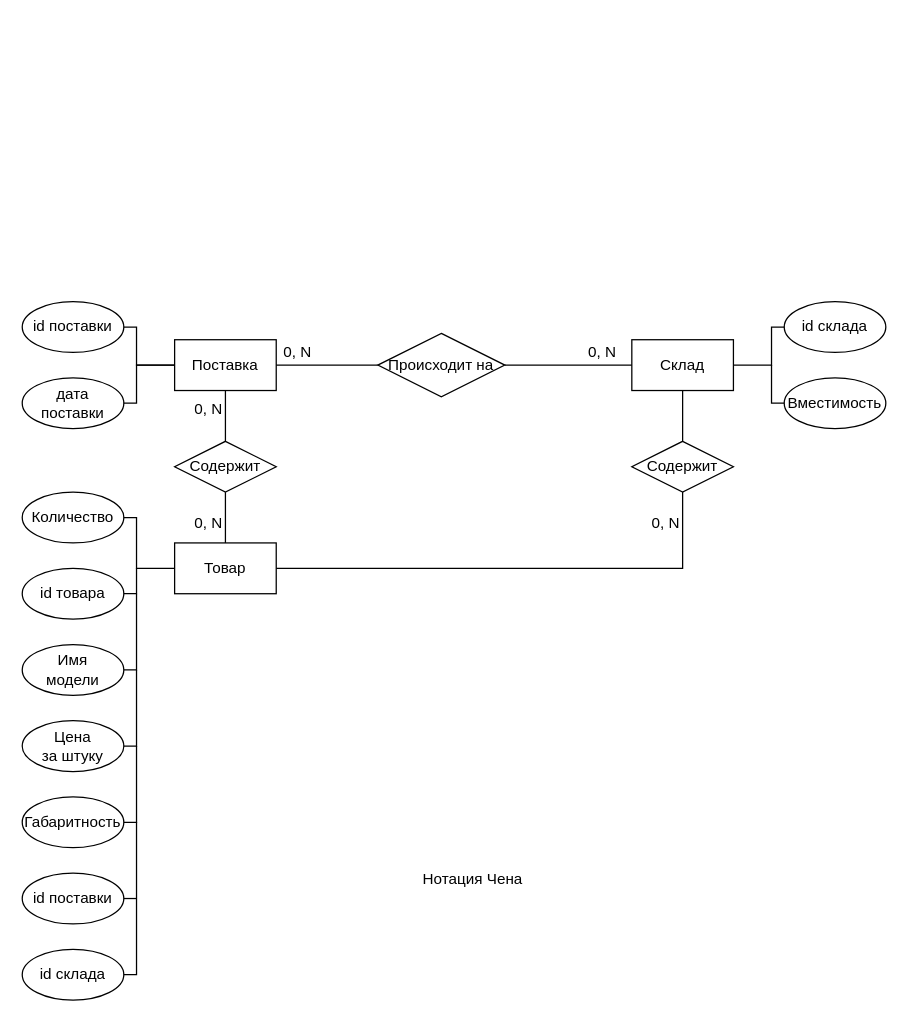
Before: КМПО V2.0.drawio in marsek4/ssp, a draw.io diagram. Source tidied: cells renumbered, new cells numbered last; positions are measured from the earlier drawing's top-left corner, leaving out a move shared by most shapes. Both pictures are drawn from the tidied source at 127%, with x=0, y=0 at pixel (22, 301).
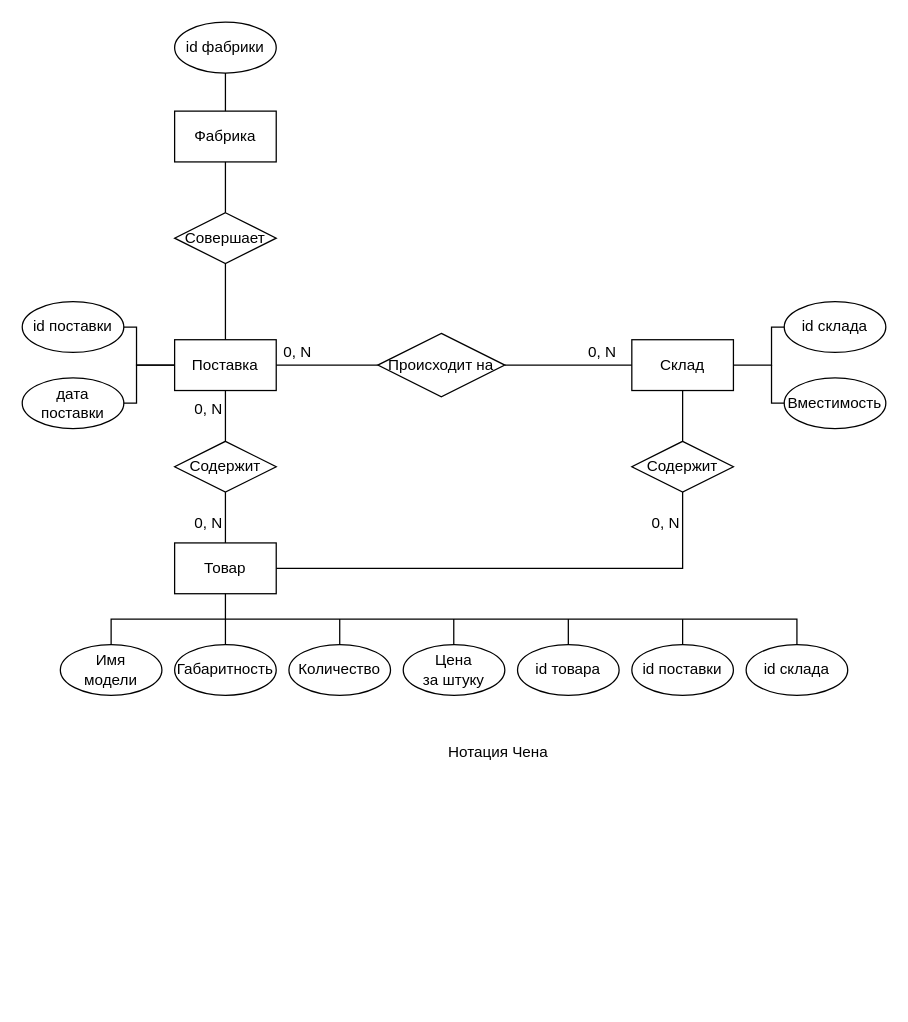
The same page after the edit.

The change refers to these unchanged cells:
```xml
<mxCell id="2" value="Поставка" style="rounded=0;whiteSpace=wrap;html=1;" parent="1" vertex="1">
  <mxGeometry x="120" y="30" width="80" height="40" as="geometry" />
</mxCell>
<mxCell id="6" value="Товар" style="rounded=0;whiteSpace=wrap;html=1;" parent="1" vertex="1">
  <mxGeometry x="120" y="190" width="80" height="40" as="geometry" />
</mxCell>
```

What changed in the source:
```diff
@@
-    <mxCell id="11" value="id товара" style="ellipse;whiteSpace=wrap;html=1;" parent="1" vertex="1">
-      <mxGeometry y="210" width="80" height="40" as="geometry" />
+    <mxCell id="11" value="Габаритность" style="ellipse;whiteSpace=wrap;html=1;" parent="1" vertex="1">
+      <mxGeometry x="120" y="270" width="80" height="40" as="geometry" />
     </mxCell>
     <mxCell id="12" value="Имя&lt;br&gt;модели" style="ellipse;whiteSpace=wrap;html=1;" parent="1" vertex="1">
-      <mxGeometry y="270" width="80" height="40" as="geometry" />
+      <mxGeometry x="30" y="270" width="80" height="40" as="geometry" />
     </mxCell>
     <mxCell id="13" value="Цена&lt;br&gt;за штуку" style="ellipse;whiteSpace=wrap;html=1;" parent="1" vertex="1">
-      <mxGeometry y="330" width="80" height="40" as="geometry" />
+      <mxGeometry x="300" y="270" width="80" height="40" as="geometry" />
     </mxCell>
     <mxCell id="14" value="Количество" style="ellipse;whiteSpace=wrap;html=1;" parent="1" vertex="1">
-      <mxGeometry y="150" width="80" height="40" as="geometry" />
+      <mxGeometry x="210" y="270" width="80" height="40" as="geometry" />
     </mxCell>
-    <mxCell id="15" style="endArrow=none;html=1;rounded=0;exitX=1;exitY=0.5;exitDx=0;exitDy=0;entryX=0;entryY=0.5;entryDx=0;entryDy=0;" parent="1" edge="1" source="14" target="6">
-      <mxGeometry relative="1" as="geometry">
-        <Array as="points">
-          <mxPoint x="90" y="170" />
-          <mxPoint x="90" y="210" />
-        </Array>
-      </mxGeometry>
-    </mxCell>
-    <mxCell id="16" style="endArrow=none;html=1;rounded=0;exitX=1;exitY=0.5;exitDx=0;exitDy=0;" parent="1" edge="1" source="11">
-      <mxGeometry relative="1" as="geometry">
-        <mxPoint x="90" y="210" as="targetPoint" />
-        <Array as="points">
-          <mxPoint x="90" y="230" />
-        </Array>
-      </mxGeometry>
-    </mxCell>
-    <mxCell id="17" style="endArrow=none;html=1;rounded=0;exitX=1;exitY=0.5;exitDx=0;exitDy=0;" parent="1" edge="1" source="12">
-      <mxGeometry relative="1" as="geometry">
-        <mxPoint x="90" y="230" as="targetPoint" />
-        <Array as="points">
-          <mxPoint x="90" y="290" />
-        </Array>
-      </mxGeometry>
-    </mxCell>
-    <mxCell id="18" style="endArrow=none;html=1;rounded=0;exitX=1;exitY=0.5;exitDx=0;exitDy=0;" parent="1" edge="1" source="13">
-      <mxGeometry relative="1" as="geometry">
-        <mxPoint x="90" y="290" as="targetPoint" />
-        <Array as="points">
-          <mxPoint x="90" y="350" />
-        </Array>
-      </mxGeometry>
-    </mxCell>
@@
-    <mxCell id="31" value="Габаритность" style="ellipse;whiteSpace=wrap;html=1;" parent="1" vertex="1">
-      <mxGeometry y="390" width="80" height="40" as="geometry" />
+    <mxCell id="31" value="id товара" style="ellipse;whiteSpace=wrap;html=1;" parent="1" vertex="1">
+      <mxGeometry x="390" y="270" width="80" height="40" as="geometry" />
     </mxCell>
-    <mxCell id="32" style="endArrow=none;html=1;rounded=0;exitX=1;exitY=0.5;exitDx=0;exitDy=0;" parent="1" edge="1" source="31">
-      <mxGeometry relative="1" as="geometry">
-        <mxPoint x="90" y="350" as="targetPoint" />
-        <Array as="points">
-          <mxPoint x="90" y="410" />
-        </Array>
-      </mxGeometry>
-    </mxCell>
@@
     <mxCell id="37" value="Нотация Чена" style="text;html=1;strokeColor=none;fillColor=none;align=center;verticalAlign=middle;whiteSpace=wrap;rounded=0;" parent="1" vertex="1">
-      <mxGeometry x="280" y="440" width="150" height="30" as="geometry" />
+      <mxGeometry x="300" y="340" width="150" height="30" as="geometry" />
     </mxCell>
     <mxCell id="38" value="id поставки" style="ellipse;whiteSpace=wrap;html=1;" parent="1" vertex="1">
-      <mxGeometry y="450" width="80" height="40" as="geometry" />
+      <mxGeometry x="480" y="270" width="80" height="40" as="geometry" />
     </mxCell>
     <mxCell id="39" value="id склада" style="ellipse;whiteSpace=wrap;html=1;" parent="1" vertex="1">
-      <mxGeometry y="510" width="80" height="40" as="geometry" />
+      <mxGeometry x="570" y="270" width="80" height="40" as="geometry" />
     </mxCell>
-    <mxCell id="40" style="endArrow=none;html=1;rounded=0;exitX=1;exitY=0.5;exitDx=0;exitDy=0;" parent="1" edge="1" source="39">
-      <mxGeometry relative="1" as="geometry">
-        <mxPoint x="90" y="410" as="targetPoint" />
-        <Array as="points">
-          <mxPoint x="90" y="530" />
-        </Array>
-      </mxGeometry>
-    </mxCell>
-    <mxCell id="41" style="endArrow=none;html=1;rounded=0;exitX=1;exitY=0.5;exitDx=0;exitDy=0;" parent="1" edge="1" source="38">
-      <mxGeometry relative="1" as="geometry">
-        <mxPoint x="90" y="470" as="targetPoint" />
-      </mxGeometry>
-    </mxCell>
+    <mxCell id="42" style="endArrow=none;html=1;rounded=0;exitX=0.5;exitY=0;exitDx=0;exitDy=0;entryX=0.5;entryY=0;entryDx=0;entryDy=0;" parent="1" edge="1" source="12" target="39">
+      <mxGeometry relative="1" as="geometry">
+        <Array as="points">
+          <mxPoint x="70" y="250" />
+          <mxPoint x="610" y="250" />
+        </Array>
+      </mxGeometry>
+    </mxCell>
+    <mxCell id="43" style="endArrow=none;html=1;rounded=0;exitX=0.5;exitY=0;exitDx=0;exitDy=0;entryX=0.5;entryY=1;entryDx=0;entryDy=0;" parent="1" edge="1" source="11" target="6">
+      <mxGeometry relative="1" as="geometry" />
+    </mxCell>
+    <mxCell id="44" style="endArrow=none;html=1;rounded=0;exitX=0.5;exitY=0;exitDx=0;exitDy=0;" parent="1" edge="1" source="14">
+      <mxGeometry relative="1" as="geometry">
+        <mxPoint x="250" y="250" as="targetPoint" />
+      </mxGeometry>
+    </mxCell>
+    <mxCell id="45" style="endArrow=none;html=1;rounded=0;exitX=0.5;exitY=0;exitDx=0;exitDy=0;" parent="1" edge="1">
+      <mxGeometry relative="1" as="geometry">
+        <mxPoint x="339.8" y="270" as="sourcePoint" />
+        <mxPoint x="339.8" y="250" as="targetPoint" />
+      </mxGeometry>
+    </mxCell>
+    <mxCell id="46" style="endArrow=none;html=1;rounded=0;exitX=0.5;exitY=0;exitDx=0;exitDy=0;" parent="1" edge="1">
+      <mxGeometry relative="1" as="geometry">
+        <mxPoint x="430" y="270" as="sourcePoint" />
+        <mxPoint x="430" y="250" as="targetPoint" />
+      </mxGeometry>
+    </mxCell>
+    <mxCell id="47" style="endArrow=none;html=1;rounded=0;exitX=0.5;exitY=0;exitDx=0;exitDy=0;" parent="1" edge="1" source="38">
+      <mxGeometry relative="1" as="geometry">
+        <mxPoint x="520" y="250" as="targetPoint" />
+      </mxGeometry>
+    </mxCell>
+    <mxCell id="48" value="Фабрика" style="rounded=0;whiteSpace=wrap;html=1;" parent="1" vertex="1">
+      <mxGeometry x="120" y="-150" width="80" height="40" as="geometry" />
+    </mxCell>
+    <mxCell id="49" style="endArrow=none;html=1;rounded=0;entryX=0.5;entryY=1;entryDx=0;entryDy=0;exitX=0.5;exitY=0;exitDx=0;exitDy=0;" parent="1" edge="1" source="53" target="48">
+      <mxGeometry relative="1" as="geometry" />
+    </mxCell>
+    <mxCell id="50" value="id фабрики" style="ellipse;whiteSpace=wrap;html=1;" parent="1" vertex="1">
+      <mxGeometry x="120" y="-220" width="80" height="40" as="geometry" />
+    </mxCell>
+    <mxCell id="51" style="endArrow=none;html=1;rounded=0;entryX=0.5;entryY=1;entryDx=0;entryDy=0;exitX=0.5;exitY=0;exitDx=0;exitDy=0;" parent="1" edge="1" source="48" target="50">
+      <mxGeometry relative="1" as="geometry" />
+    </mxCell>
+    <mxCell id="52" style="endArrow=none;html=1;rounded=0;entryX=0.5;entryY=1;entryDx=0;entryDy=0;exitX=0.5;exitY=0;exitDx=0;exitDy=0;" parent="1" edge="1" source="2" target="53">
+      <mxGeometry relative="1" as="geometry" />
+    </mxCell>
+    <mxCell id="53" value="Совершает" style="rhombus;whiteSpace=wrap;html=1;" parent="1" vertex="1">
+      <mxGeometry x="120" y="-70" width="80" height="40" as="geometry" />
+    </mxCell>
```
